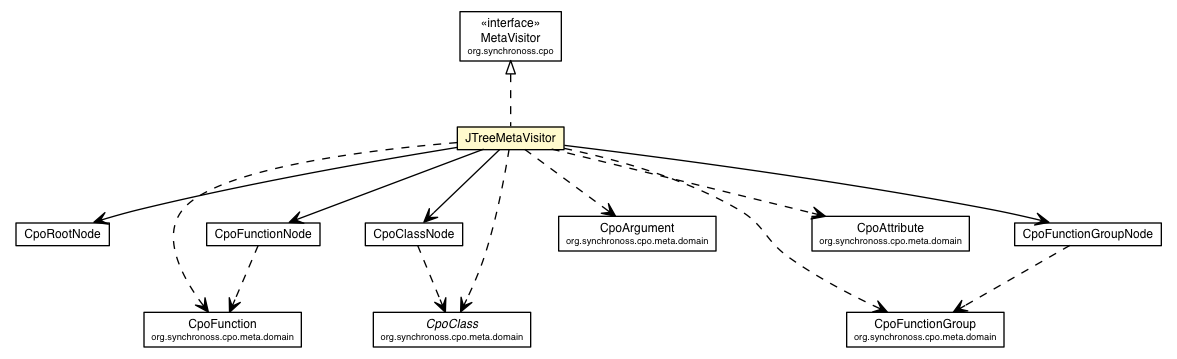
This is site/apidocs/org/synchronoss/cpo/util/JTreeMetaVisitor.png from synchronoss/cpo-util, a Graphviz export, as it was before one commit. Its source is kept beside it as site/apidocs/org/synchronoss/cpo/util/JTreeMetaVisitor.dot.
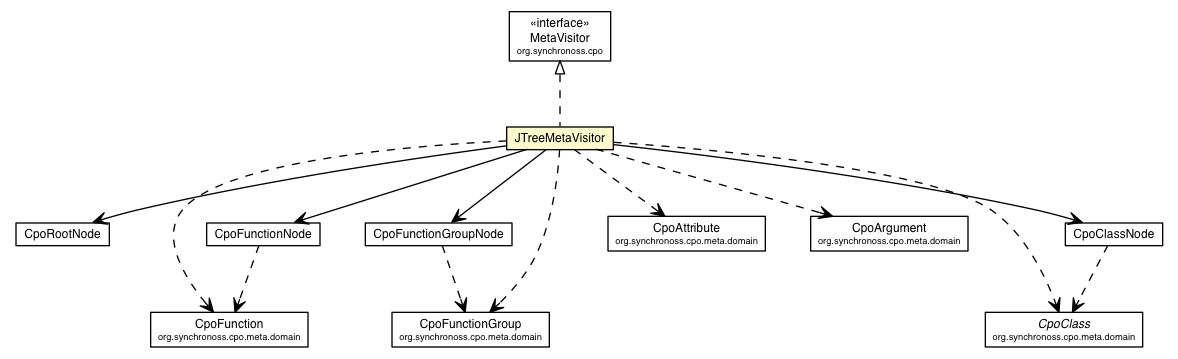
The same diagram one commit later.

Change to the diagram source:
```diff
@@ -2,29 +2,31 @@
 digraph G {
 	edge [fontname="Helvetica",fontsize=10,labelfontname="Helvetica",labelfontsize=10];
 	node [fontname="Helvetica",fontsize=10,shape=plaintext];
-	c1424 [label=<<table border="0" cellborder="1" cellspacing="0" cellpadding="2" port="p" bgcolor="lemonChiffon" href="./JTreeMetaVisitor.html">
+	nodesep=0.25;
+	ranksep=0.5;
+	c1424 [label=<<table title="org.synchronoss.cpo.util.JTreeMetaVisitor" border="0" cellborder="1" cellspacing="0" cellpadding="2" port="p" bgcolor="lemonChiffon" href="./JTreeMetaVisitor.html">
 		<tr><td><table border="0" cellspacing="0" cellpadding="1">
-			<tr><td> JTreeMetaVisitor </td></tr>
+<tr><td align="center" balign="center"> JTreeMetaVisitor </td></tr>
 		</table></td></tr>
 		</table>>, fontname="Helvetica", fontcolor="black", fontsize=9.0];
-	c1430 [label=<<table border="0" cellborder="1" cellspacing="0" cellpadding="2" port="p" href="./CpoRootNode.html">
+	c1430 [label=<<table title="org.synchronoss.cpo.util.CpoRootNode" border="0" cellborder="1" cellspacing="0" cellpadding="2" port="p" href="./CpoRootNode.html">
 		<tr><td><table border="0" cellspacing="0" cellpadding="1">
-			<tr><td> CpoRootNode </td></tr>
+<tr><td align="center" balign="center"> CpoRootNode </td></tr>
 		</table></td></tr>
 		</table>>, fontname="Helvetica", fontcolor="black", fontsize=9.0];
-	c1435 [label=<<table border="0" cellborder="1" cellspacing="0" cellpadding="2" port="p" href="./CpoFunctionNode.html">
+	c1435 [label=<<table title="org.synchronoss.cpo.util.CpoFunctionNode" border="0" cellborder="1" cellspacing="0" cellpadding="2" port="p" href="./CpoFunctionNode.html">
 		<tr><td><table border="0" cellspacing="0" cellpadding="1">
-			<tr><td> CpoFunctionNode </td></tr>
+<tr><td align="center" balign="center"> CpoFunctionNode </td></tr>
 		</table></td></tr>
 		</table>>, fontname="Helvetica", fontcolor="black", fontsize=9.0];
-	c1436 [label=<<table border="0" cellborder="1" cellspacing="0" cellpadding="2" port="p" href="./CpoFunctionGroupNode.html">
+	c1436 [label=<<table title="org.synchronoss.cpo.util.CpoFunctionGroupNode" border="0" cellborder="1" cellspacing="0" cellpadding="2" port="p" href="./CpoFunctionGroupNode.html">
 		<tr><td><table border="0" cellspacing="0" cellpadding="1">
-			<tr><td> CpoFunctionGroupNode </td></tr>
+<tr><td align="center" balign="center"> CpoFunctionGroupNode </td></tr>
 		</table></td></tr>
 		</table>>, fontname="Helvetica", fontcolor="black", fontsize=9.0];
-	c1439 [label=<<table border="0" cellborder="1" cellspacing="0" cellpadding="2" port="p" href="./CpoClassNode.html">
+	c1439 [label=<<table title="org.synchronoss.cpo.util.CpoClassNode" border="0" cellborder="1" cellspacing="0" cellpadding="2" port="p" href="./CpoClassNode.html">
 		<tr><td><table border="0" cellspacing="0" cellpadding="1">
-			<tr><td> CpoClassNode </td></tr>
+<tr><td align="center" balign="center"> CpoClassNode </td></tr>
 		</table></td></tr>
 		</table>>, fontname="Helvetica", fontcolor="black", fontsize=9.0];
 	c1485:p -> c1424:p [dir=back,arrowtail=empty,style=dashed];
@@ -38,43 +40,43 @@
 	c1424:p -> c1489:p [taillabel="", label="", headlabel="", fontname="Helvetica", fontcolor="black", fontsize=10.0, color="black", arrowhead=open, style=dashed];
 	c1424:p -> c1490:p [taillabel="", label="", headlabel="", fontname="Helvetica", fontcolor="black", fontsize=10.0, color="black", arrowhead=open, style=dashed];
 	c1435:p -> c1486:p [taillabel="", label="", headlabel="", fontname="Helvetica", fontcolor="black", fontsize=10.0, color="black", arrowhead=open, style=dashed];
-	c1436:p -> c1490:p [taillabel="", label="", headlabel="", fontname="Helvetica", fontcolor="black", fontsize=10.0, color="black", arrowhead=open, style=dashed];
-	c1439:p -> c1488:p [taillabel="", label="", headlabel="", fontname="Helvetica", fontcolor="black", fontsize=10.0, color="black", arrowhead=open, style=dashed];
-	c1488 [label=<<table border="0" cellborder="1" cellspacing="0" cellpadding="2" port="p" href="http://java.sun.com/j2se/1.4.2/docs/api/org/synchronoss/cpo/meta/domain/CpoClass.html">
+	c1436:p -> c1489:p [taillabel="", label="", headlabel="", fontname="Helvetica", fontcolor="black", fontsize=10.0, color="black", arrowhead=open, style=dashed];
+	c1439:p -> c1490:p [taillabel="", label="", headlabel="", fontname="Helvetica", fontcolor="black", fontsize=10.0, color="black", arrowhead=open, style=dashed];
+	c1490 [label=<<table title="org.synchronoss.cpo.meta.domain.CpoClass" border="0" cellborder="1" cellspacing="0" cellpadding="2" port="p" href="http://java.sun.com/j2se/1.4.2/docs/api/org/synchronoss/cpo/meta/domain/CpoClass.html">
 		<tr><td><table border="0" cellspacing="0" cellpadding="1">
-			<tr><td><font face="Helvetica-Oblique"> CpoClass </font></td></tr>
-			<tr><td><font point-size="7.0"> org.synchronoss.cpo.meta.domain </font></td></tr>
+<tr><td align="center" balign="center"><font face="Helvetica-Oblique"> CpoClass </font></td></tr>
+<tr><td align="center" balign="center"><font point-size="7.0"> org.synchronoss.cpo.meta.domain </font></td></tr>
 		</table></td></tr>
 		</table>>, fontname="Helvetica", fontcolor="black", fontsize=9.0];
-	c1485 [label=<<table border="0" cellborder="1" cellspacing="0" cellpadding="2" port="p" href="http://java.sun.com/j2se/1.4.2/docs/api/org/synchronoss/cpo/MetaVisitor.html">
+	c1485 [label=<<table title="org.synchronoss.cpo.MetaVisitor" border="0" cellborder="1" cellspacing="0" cellpadding="2" port="p" href="http://java.sun.com/j2se/1.4.2/docs/api/org/synchronoss/cpo/MetaVisitor.html">
 		<tr><td><table border="0" cellspacing="0" cellpadding="1">
-			<tr><td> &laquo;interface&raquo; </td></tr>
-			<tr><td> MetaVisitor </td></tr>
-			<tr><td><font point-size="7.0"> org.synchronoss.cpo </font></td></tr>
+<tr><td align="center" balign="center"> &#171;interface&#187; </td></tr>
+<tr><td align="center" balign="center"> MetaVisitor </td></tr>
+<tr><td align="center" balign="center"><font point-size="7.0"> org.synchronoss.cpo </font></td></tr>
 		</table></td></tr>
 		</table>>, fontname="Helvetica", fontcolor="black", fontsize=9.0];
-	c1489 [label=<<table border="0" cellborder="1" cellspacing="0" cellpadding="2" port="p" href="http://java.sun.com/j2se/1.4.2/docs/api/org/synchronoss/cpo/meta/domain/CpoAttribute.html">
+	c1487 [label=<<table title="org.synchronoss.cpo.meta.domain.CpoAttribute" border="0" cellborder="1" cellspacing="0" cellpadding="2" port="p" href="http://java.sun.com/j2se/1.4.2/docs/api/org/synchronoss/cpo/meta/domain/CpoAttribute.html">
 		<tr><td><table border="0" cellspacing="0" cellpadding="1">
-			<tr><td> CpoAttribute </td></tr>
-			<tr><td><font point-size="7.0"> org.synchronoss.cpo.meta.domain </font></td></tr>
+<tr><td align="center" balign="center"> CpoAttribute </td></tr>
+<tr><td align="center" balign="center"><font point-size="7.0"> org.synchronoss.cpo.meta.domain </font></td></tr>
 		</table></td></tr>
 		</table>>, fontname="Helvetica", fontcolor="black", fontsize=9.0];
-	c1486 [label=<<table border="0" cellborder="1" cellspacing="0" cellpadding="2" port="p" href="http://java.sun.com/j2se/1.4.2/docs/api/org/synchronoss/cpo/meta/domain/CpoFunction.html">
+	c1486 [label=<<table title="org.synchronoss.cpo.meta.domain.CpoFunction" border="0" cellborder="1" cellspacing="0" cellpadding="2" port="p" href="http://java.sun.com/j2se/1.4.2/docs/api/org/synchronoss/cpo/meta/domain/CpoFunction.html">
 		<tr><td><table border="0" cellspacing="0" cellpadding="1">
-			<tr><td> CpoFunction </td></tr>
-			<tr><td><font point-size="7.0"> org.synchronoss.cpo.meta.domain </font></td></tr>
+<tr><td align="center" balign="center"> CpoFunction </td></tr>
+<tr><td align="center" balign="center"><font point-size="7.0"> org.synchronoss.cpo.meta.domain </font></td></tr>
 		</table></td></tr>
 		</table>>, fontname="Helvetica", fontcolor="black", fontsize=9.0];
-	c1487 [label=<<table border="0" cellborder="1" cellspacing="0" cellpadding="2" port="p" href="http://java.sun.com/j2se/1.4.2/docs/api/org/synchronoss/cpo/meta/domain/CpoArgument.html">
+	c1488 [label=<<table title="org.synchronoss.cpo.meta.domain.CpoArgument" border="0" cellborder="1" cellspacing="0" cellpadding="2" port="p" href="http://java.sun.com/j2se/1.4.2/docs/api/org/synchronoss/cpo/meta/domain/CpoArgument.html">
 		<tr><td><table border="0" cellspacing="0" cellpadding="1">
-			<tr><td> CpoArgument </td></tr>
-			<tr><td><font point-size="7.0"> org.synchronoss.cpo.meta.domain </font></td></tr>
+<tr><td align="center" balign="center"> CpoArgument </td></tr>
+<tr><td align="center" balign="center"><font point-size="7.0"> org.synchronoss.cpo.meta.domain </font></td></tr>
 		</table></td></tr>
 		</table>>, fontname="Helvetica", fontcolor="black", fontsize=9.0];
-	c1490 [label=<<table border="0" cellborder="1" cellspacing="0" cellpadding="2" port="p" href="http://java.sun.com/j2se/1.4.2/docs/api/org/synchronoss/cpo/meta/domain/CpoFunctionGroup.html">
+	c1489 [label=<<table title="org.synchronoss.cpo.meta.domain.CpoFunctionGroup" border="0" cellborder="1" cellspacing="0" cellpadding="2" port="p" href="http://java.sun.com/j2se/1.4.2/docs/api/org/synchronoss/cpo/meta/domain/CpoFunctionGroup.html">
 		<tr><td><table border="0" cellspacing="0" cellpadding="1">
-			<tr><td> CpoFunctionGroup </td></tr>
-			<tr><td><font point-size="7.0"> org.synchronoss.cpo.meta.domain </font></td></tr>
+<tr><td align="center" balign="center"> CpoFunctionGroup </td></tr>
+<tr><td align="center" balign="center"><font point-size="7.0"> org.synchronoss.cpo.meta.domain </font></td></tr>
 		</table></td></tr>
 		</table>>, fontname="Helvetica", fontcolor="black", fontsize=9.0];
 }
```
